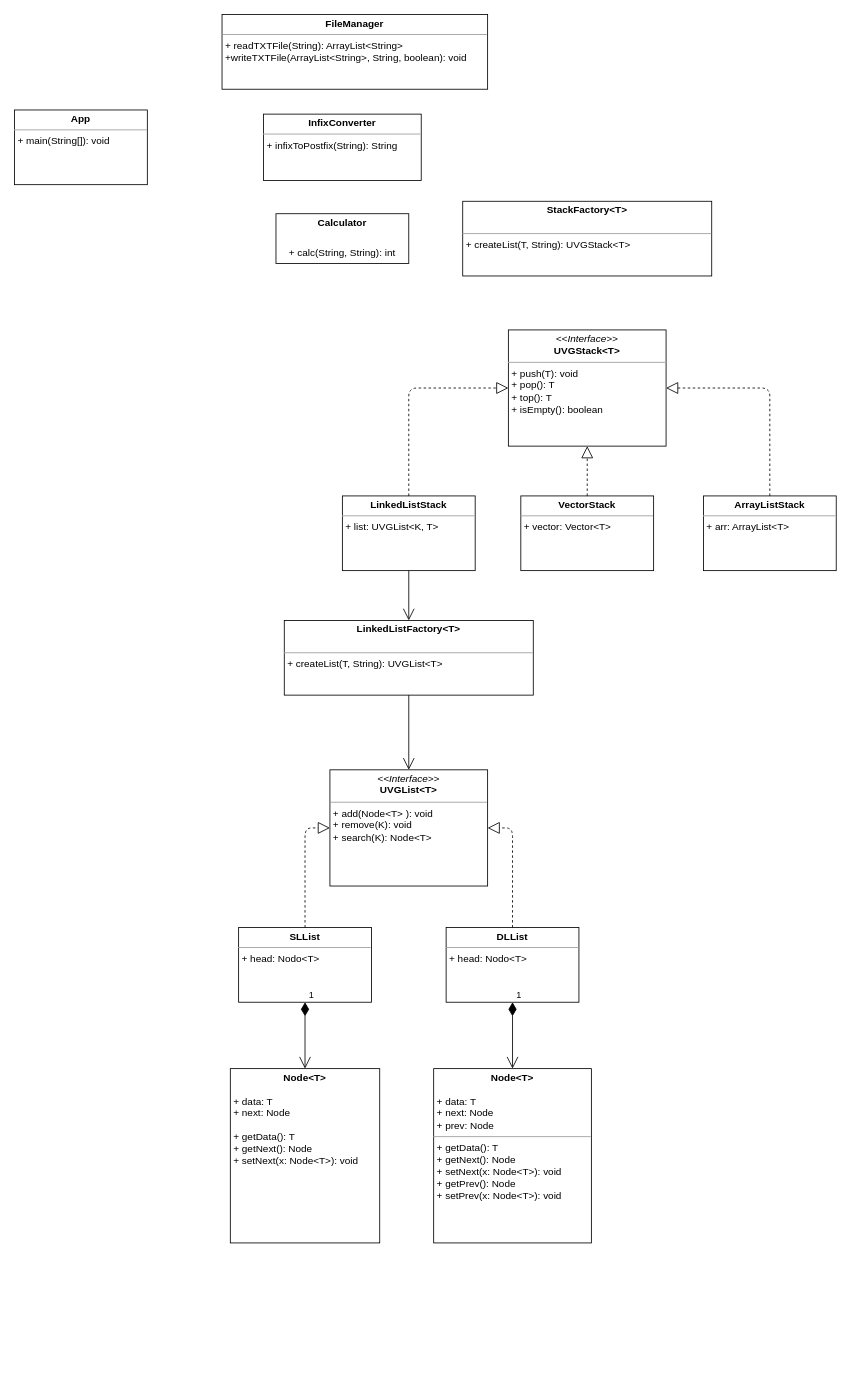
This is UML.drawio from HUG0BA/hoja4, a draw.io file, before an edit. Source tidied: cells renumbered, new cells numbered last; positions are measured from the earlier drawing's top-left corner, leaving out a move shared by most shapes. Both pictures are drawn from the tidied source at 83%, with x=0, y=0 at pixel (14, 14).
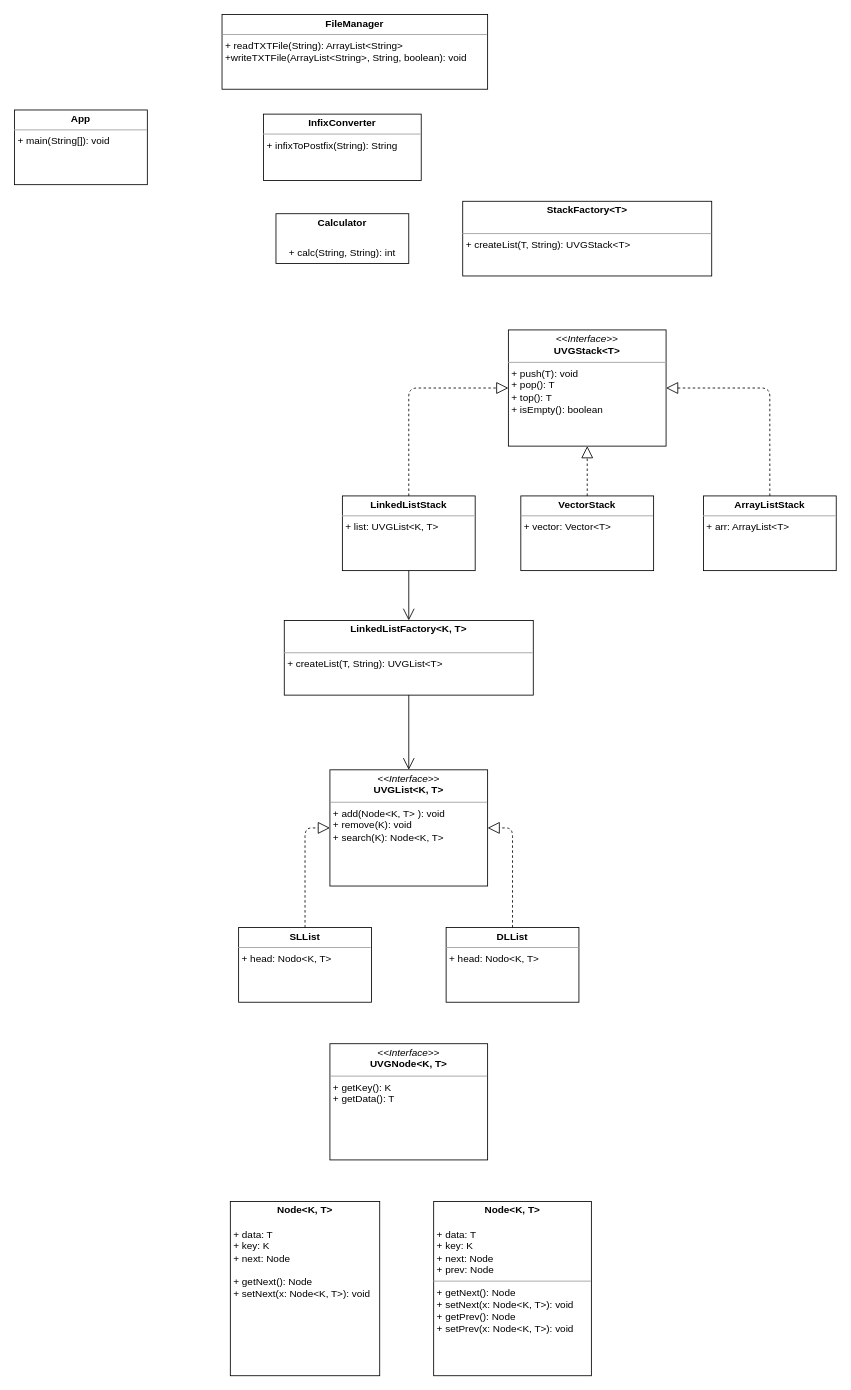
The same diagram, later.

Change to the diagram source:
```diff
@@
-    <mxCell id="2" value="&lt;p style=&quot;margin:0px;margin-top:4px;text-align:center;&quot;&gt;&lt;b&gt;Node&amp;lt;T&amp;gt;&lt;/b&gt;&lt;/p&gt;&lt;p style=&quot;margin:0px;margin-left:4px;&quot;&gt;&lt;br&gt;&lt;/p&gt;&lt;p style=&quot;margin:0px;margin-left:4px;&quot;&gt;+ data: T&lt;/p&gt;&lt;p style=&quot;margin:0px;margin-left:4px;&quot;&gt;+ next: Node&lt;/p&gt;&lt;p style=&quot;margin:0px;margin-left:4px;&quot;&gt;&lt;br&gt;&lt;/p&gt;&lt;p style=&quot;margin:0px;margin-left:4px;&quot;&gt;+ getData(): T&lt;/p&gt;&lt;p style=&quot;margin:0px;margin-left:4px;&quot;&gt;+ getNext(): Node&lt;/p&gt;&lt;p style=&quot;margin:0px;margin-left:4px;&quot;&gt;+ setNext(x: Node&amp;lt;T&amp;gt;): void&lt;/p&gt;" style="verticalAlign=top;align=left;overflow=fill;fontSize=12;fontFamily=Helvetica;html=1;" parent="1" vertex="1">
-      <mxGeometry x="260" y="1270" width="180" height="210" as="geometry" />
+    <mxCell id="2" value="&lt;p style=&quot;margin:0px;margin-top:4px;text-align:center;&quot;&gt;&lt;b&gt;Node&amp;lt;K, T&amp;gt;&lt;/b&gt;&lt;/p&gt;&lt;p style=&quot;margin:0px;margin-left:4px;&quot;&gt;&lt;br&gt;&lt;/p&gt;&lt;p style=&quot;margin:0px;margin-left:4px;&quot;&gt;+ data: T&lt;/p&gt;&lt;p style=&quot;margin:0px;margin-left:4px;&quot;&gt;+ key: K&lt;/p&gt;&lt;p style=&quot;margin:0px;margin-left:4px;&quot;&gt;+ next: Node&lt;/p&gt;&lt;p style=&quot;margin:0px;margin-left:4px;&quot;&gt;&lt;br&gt;&lt;/p&gt;&lt;p style=&quot;margin:0px;margin-left:4px;&quot;&gt;+ getNext(): Node&lt;/p&gt;&lt;p style=&quot;margin:0px;margin-left:4px;&quot;&gt;+ setNext(x: Node&amp;lt;K, T&amp;gt;): void&lt;/p&gt;" style="verticalAlign=top;align=left;overflow=fill;fontSize=12;fontFamily=Helvetica;html=1;" parent="1" vertex="1">
+      <mxGeometry x="260" y="1430" width="180" height="210" as="geometry" />
     </mxCell>
-    <mxCell id="3" value="&lt;p style=&quot;margin:0px;margin-top:4px;text-align:center;&quot;&gt;&lt;b&gt;SLList&lt;/b&gt;&lt;/p&gt;&lt;hr size=&quot;1&quot;&gt;&lt;p style=&quot;margin:0px;margin-left:4px;&quot;&gt;+ head: Nodo&amp;lt;T&amp;gt;&lt;/p&gt;" style="verticalAlign=top;align=left;overflow=fill;fontSize=12;fontFamily=Helvetica;html=1;" parent="1" vertex="1">
+    <mxCell id="3" value="&lt;p style=&quot;margin:0px;margin-top:4px;text-align:center;&quot;&gt;&lt;b&gt;SLList&lt;/b&gt;&lt;/p&gt;&lt;hr size=&quot;1&quot;&gt;&lt;p style=&quot;margin:0px;margin-left:4px;&quot;&gt;+ head: Nodo&amp;lt;K, T&amp;gt;&lt;/p&gt;" style="verticalAlign=top;align=left;overflow=fill;fontSize=12;fontFamily=Helvetica;html=1;" parent="1" vertex="1">
       <mxGeometry x="270" y="1100" width="160" height="90" as="geometry" />
     </mxCell>
-    <mxCell id="4" value="&lt;p style=&quot;margin:0px;margin-top:4px;text-align:center;&quot;&gt;&lt;b&gt;DLList&lt;/b&gt;&lt;/p&gt;&lt;hr size=&quot;1&quot;&gt;&lt;p style=&quot;margin:0px;margin-left:4px;&quot;&gt;+ head: Nodo&amp;lt;T&amp;gt;&lt;/p&gt;" style="verticalAlign=top;align=left;overflow=fill;fontSize=12;fontFamily=Helvetica;html=1;" parent="1" vertex="1">
+    <mxCell id="4" value="&lt;p style=&quot;margin:0px;margin-top:4px;text-align:center;&quot;&gt;&lt;b&gt;DLList&lt;/b&gt;&lt;/p&gt;&lt;hr size=&quot;1&quot;&gt;&lt;p style=&quot;margin:0px;margin-left:4px;&quot;&gt;+ head: Nodo&amp;lt;K, T&amp;gt;&lt;/p&gt;" style="verticalAlign=top;align=left;overflow=fill;fontSize=12;fontFamily=Helvetica;html=1;" parent="1" vertex="1">
       <mxGeometry x="520" y="1100" width="160" height="90" as="geometry" />
     </mxCell>
-    <mxCell id="5" value="&lt;p style=&quot;margin:0px;margin-top:4px;text-align:center;&quot;&gt;&lt;i&gt;&amp;lt;&amp;lt;Interface&amp;gt;&amp;gt;&lt;/i&gt;&lt;br&gt;&lt;b&gt;UVGList&amp;lt;T&amp;gt;&lt;/b&gt;&lt;/p&gt;&lt;hr size=&quot;1&quot;&gt;&lt;p style=&quot;margin:0px;margin-left:4px;&quot;&gt;+ add(Node&amp;lt;T&amp;gt; ): void&lt;br&gt;+ remove(K): void&lt;/p&gt;&lt;p style=&quot;margin:0px;margin-left:4px;&quot;&gt;+ search(K): Node&amp;lt;T&amp;gt;&lt;/p&gt;" style="verticalAlign=top;align=left;overflow=fill;fontSize=12;fontFamily=Helvetica;html=1;" parent="1" vertex="1">
+    <mxCell id="5" value="&lt;p style=&quot;margin:0px;margin-top:4px;text-align:center;&quot;&gt;&lt;i&gt;&amp;lt;&amp;lt;Interface&amp;gt;&amp;gt;&lt;/i&gt;&lt;br&gt;&lt;b&gt;UVGList&amp;lt;K, T&amp;gt;&lt;/b&gt;&lt;/p&gt;&lt;hr size=&quot;1&quot;&gt;&lt;p style=&quot;margin:0px;margin-left:4px;&quot;&gt;+ add(Node&amp;lt;K, T&amp;gt; ): void&lt;br&gt;+ remove(K): void&lt;/p&gt;&lt;p style=&quot;margin:0px;margin-left:4px;&quot;&gt;+ search(K): Node&amp;lt;K, T&amp;gt;&lt;/p&gt;" style="verticalAlign=top;align=left;overflow=fill;fontSize=12;fontFamily=Helvetica;html=1;" parent="1" vertex="1">
       <mxGeometry x="380" y="910" width="190" height="140" as="geometry" />
     </mxCell>
-    <mxCell id="6" value="&lt;p style=&quot;margin:0px;margin-top:4px;text-align:center;&quot;&gt;&lt;b&gt;Node&amp;lt;T&amp;gt;&lt;/b&gt;&lt;/p&gt;&lt;p style=&quot;margin:0px;margin-left:4px;&quot;&gt;&lt;br&gt;&lt;/p&gt;&lt;p style=&quot;margin:0px;margin-left:4px;&quot;&gt;+ data: T&lt;/p&gt;&lt;p style=&quot;margin:0px;margin-left:4px;&quot;&gt;+ next: Node&lt;/p&gt;&lt;p style=&quot;margin:0px;margin-left:4px;&quot;&gt;+ prev: Node&lt;/p&gt;&lt;hr size=&quot;1&quot;&gt;&lt;p style=&quot;margin:0px;margin-left:4px;&quot;&gt;&lt;span style=&quot;background-color: initial;&quot;&gt;+ getData(): T&lt;/span&gt;&lt;/p&gt;&lt;p style=&quot;margin:0px;margin-left:4px;&quot;&gt;+ getNext(): Node&lt;/p&gt;&lt;p style=&quot;margin:0px;margin-left:4px;&quot;&gt;+ setNext(x: Node&amp;lt;T&amp;gt;): void&lt;/p&gt;&lt;p style=&quot;margin: 0px 0px 0px 4px;&quot;&gt;+ getPrev(): Node&lt;/p&gt;&lt;p style=&quot;margin: 0px 0px 0px 4px;&quot;&gt;+ setPrev(x: Node&amp;lt;T&amp;gt;): void&lt;/p&gt;" style="verticalAlign=top;align=left;overflow=fill;fontSize=12;fontFamily=Helvetica;html=1;" parent="1" vertex="1">
-      <mxGeometry x="505" y="1270" width="190" height="210" as="geometry" />
+    <mxCell id="6" value="&lt;p style=&quot;margin:0px;margin-top:4px;text-align:center;&quot;&gt;&lt;b&gt;Node&amp;lt;K, T&amp;gt;&lt;/b&gt;&lt;/p&gt;&lt;p style=&quot;margin:0px;margin-left:4px;&quot;&gt;&lt;br&gt;&lt;/p&gt;&lt;p style=&quot;margin:0px;margin-left:4px;&quot;&gt;+ data: T&lt;/p&gt;&lt;p style=&quot;margin:0px;margin-left:4px;&quot;&gt;+ key: K&lt;/p&gt;&lt;p style=&quot;margin:0px;margin-left:4px;&quot;&gt;+ next: Node&lt;/p&gt;&lt;p style=&quot;margin:0px;margin-left:4px;&quot;&gt;+ prev: Node&lt;/p&gt;&lt;hr size=&quot;1&quot;&gt;&lt;p style=&quot;margin:0px;margin-left:4px;&quot;&gt;&lt;span style=&quot;background-color: initial;&quot;&gt;+ getNext(): Node&lt;/span&gt;&lt;br&gt;&lt;/p&gt;&lt;p style=&quot;margin:0px;margin-left:4px;&quot;&gt;+ setNext(x: Node&amp;lt;K, T&amp;gt;): void&lt;/p&gt;&lt;p style=&quot;margin: 0px 0px 0px 4px;&quot;&gt;+ getPrev(): Node&lt;/p&gt;&lt;p style=&quot;margin: 0px 0px 0px 4px;&quot;&gt;+ setPrev(x: Node&amp;lt;K, T&amp;gt;): void&lt;/p&gt;" style="verticalAlign=top;align=left;overflow=fill;fontSize=12;fontFamily=Helvetica;html=1;" parent="1" vertex="1">
+      <mxGeometry x="505" y="1430" width="190" height="210" as="geometry" />
     </mxCell>
@@
-    <mxCell id="11" value="&lt;p style=&quot;margin:0px;margin-top:4px;text-align:center;&quot;&gt;&lt;b&gt;LinkedListFactory&amp;lt;T&amp;gt;&lt;/b&gt;&lt;/p&gt;&lt;p style=&quot;margin:0px;margin-left:4px;&quot;&gt;&lt;br&gt;&lt;/p&gt;&lt;hr size=&quot;1&quot;&gt;&lt;p style=&quot;margin:0px;margin-left:4px;&quot;&gt;+ createList(T, String): UVGList&amp;lt;T&amp;gt;&lt;/p&gt;" style="verticalAlign=top;align=left;overflow=fill;fontSize=12;fontFamily=Helvetica;html=1;" parent="1" vertex="1">
+    <mxCell id="11" value="&lt;p style=&quot;margin:0px;margin-top:4px;text-align:center;&quot;&gt;&lt;b&gt;LinkedListFactory&amp;lt;K, T&amp;gt;&lt;/b&gt;&lt;/p&gt;&lt;p style=&quot;margin:0px;margin-left:4px;&quot;&gt;&lt;br&gt;&lt;/p&gt;&lt;hr size=&quot;1&quot;&gt;&lt;p style=&quot;margin:0px;margin-left:4px;&quot;&gt;+ createList(T, String): UVGList&amp;lt;T&amp;gt;&lt;/p&gt;" style="verticalAlign=top;align=left;overflow=fill;fontSize=12;fontFamily=Helvetica;html=1;" parent="1" vertex="1">
       <mxGeometry x="325" y="730" width="300" height="90" as="geometry" />
     </mxCell>
@@
-    <mxCell id="17" value="1" style="endArrow=open;html=1;endSize=12;startArrow=diamondThin;startSize=14;startFill=1;edgeStyle=orthogonalEdgeStyle;align=left;verticalAlign=bottom;exitX=0.5;exitY=1;exitDx=0;exitDy=0;entryX=0.5;entryY=0;entryDx=0;entryDy=0;" parent="1" edge="1" source="4" target="6">
-      <mxGeometry x="-1" y="3" relative="1" as="geometry" />
-    </mxCell>
-    <mxCell id="18" value="1" style="endArrow=open;html=1;endSize=12;startArrow=diamondThin;startSize=14;startFill=1;edgeStyle=orthogonalEdgeStyle;align=left;verticalAlign=bottom;exitX=0.5;exitY=1;exitDx=0;exitDy=0;entryX=0.5;entryY=0;entryDx=0;entryDy=0;" parent="1" edge="1" source="3" target="2">
-      <mxGeometry x="-1" y="3" relative="1" as="geometry" />
-    </mxCell>
@@
+    <mxCell id="26" value="&lt;p style=&quot;margin:0px;margin-top:4px;text-align:center;&quot;&gt;&lt;i&gt;&amp;lt;&amp;lt;Interface&amp;gt;&amp;gt;&lt;/i&gt;&lt;br&gt;&lt;b&gt;UVGNode&amp;lt;K, T&amp;gt;&lt;/b&gt;&lt;/p&gt;&lt;hr size=&quot;1&quot;&gt;&lt;p style=&quot;margin:0px;margin-left:4px;&quot;&gt;+ getKey(): K&lt;br&gt;+ getData(): T&lt;br&gt;&lt;/p&gt;" style="verticalAlign=top;align=left;overflow=fill;fontSize=12;fontFamily=Helvetica;html=1;" parent="1" vertex="1">
+      <mxGeometry x="380" y="1240" width="190" height="140" as="geometry" />
+    </mxCell>
```
